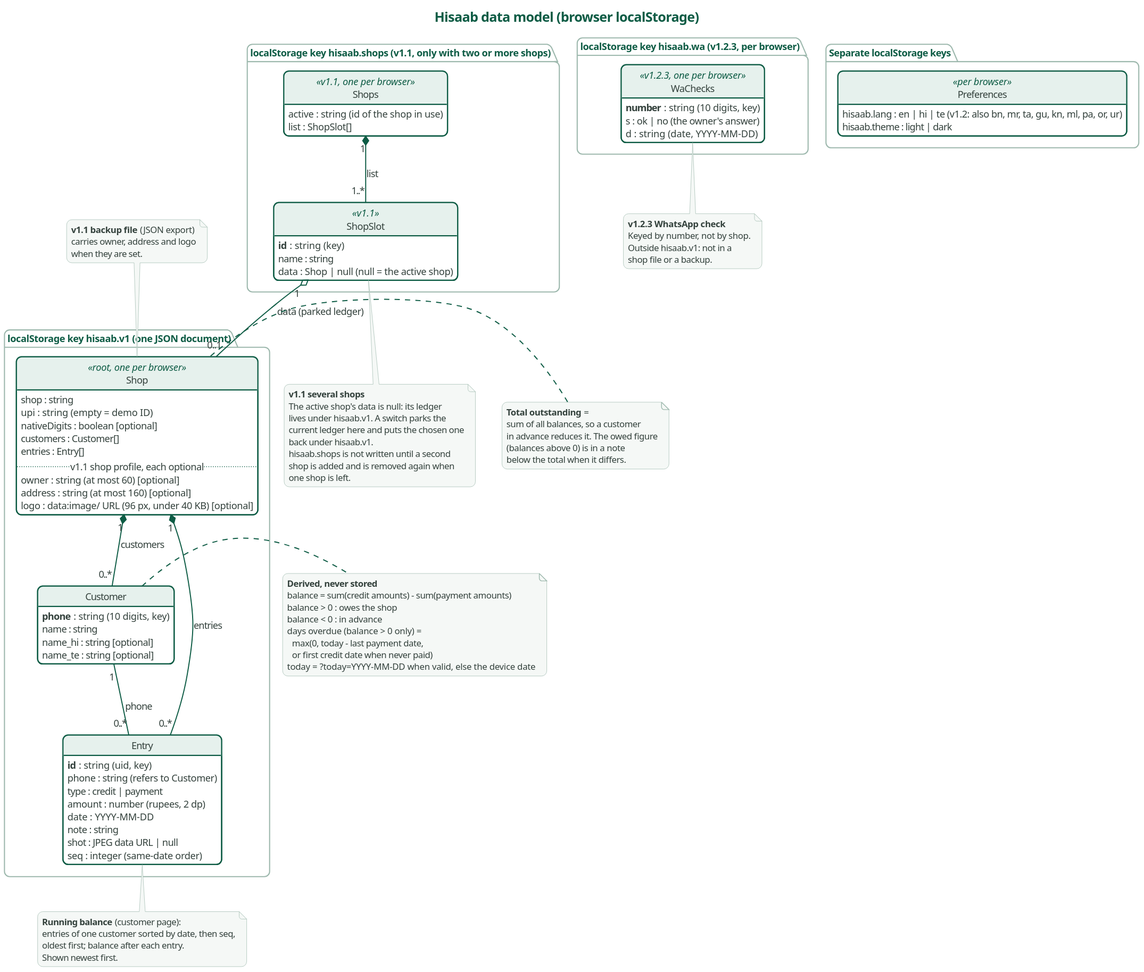
Above: docs/diagrams/data-model.svg in karwasanjay007/hisaab-docs (PlantUML), before the change.
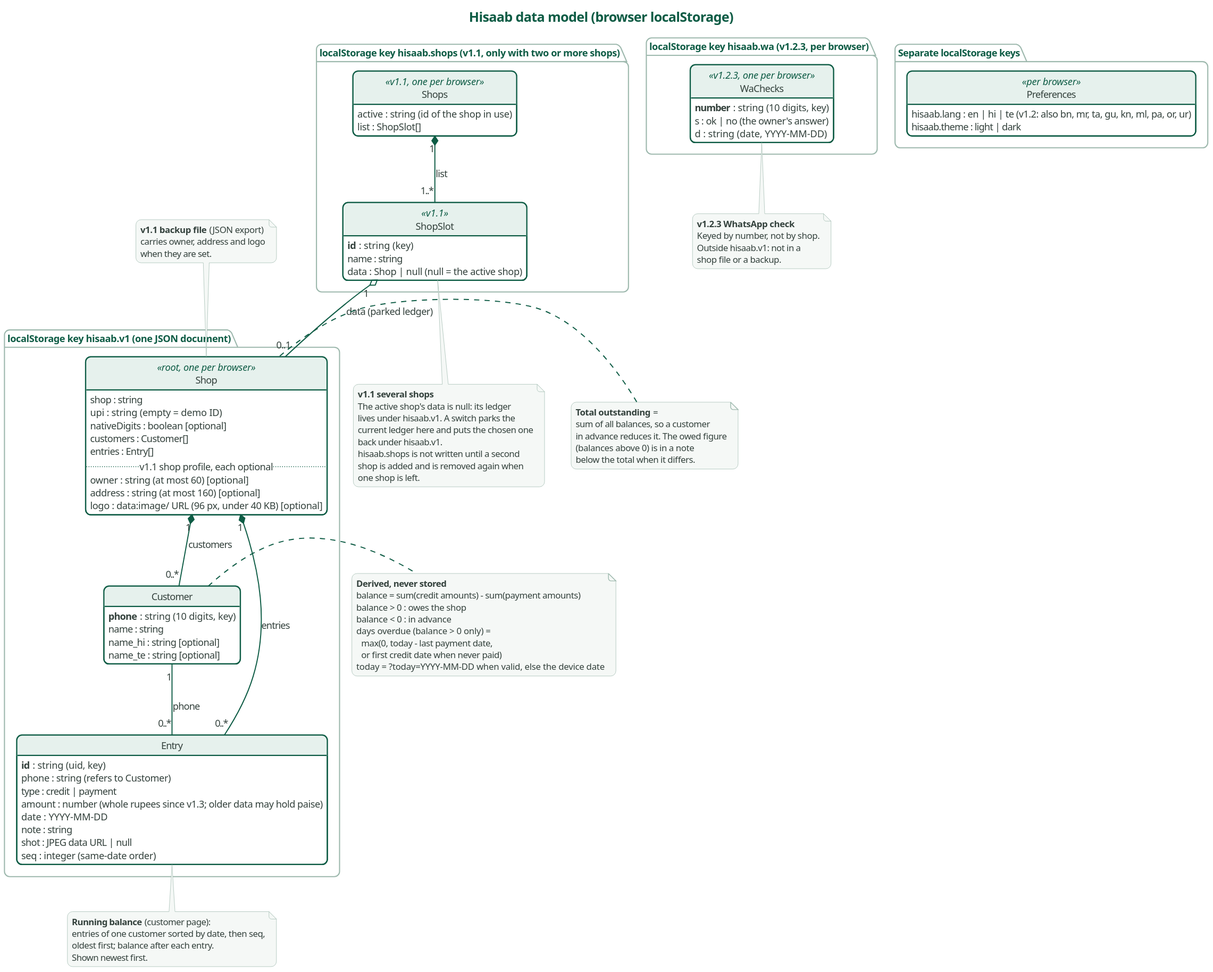
Above is the later version.

What changed in the source:
```diff
@@ -59,7 +59,7 @@
     {field} <b>id</b> : string  (uid, key)
     {field} phone : string  (refers to Customer)
     type : credit | payment
-    {field} amount : number  (rupees, 2 dp)
+    {field} amount : number  (whole rupees since v1.3; older data may hold paise)
     date : YYYY-MM-DD
     note : string
     shot : JPEG data URL | null
```
